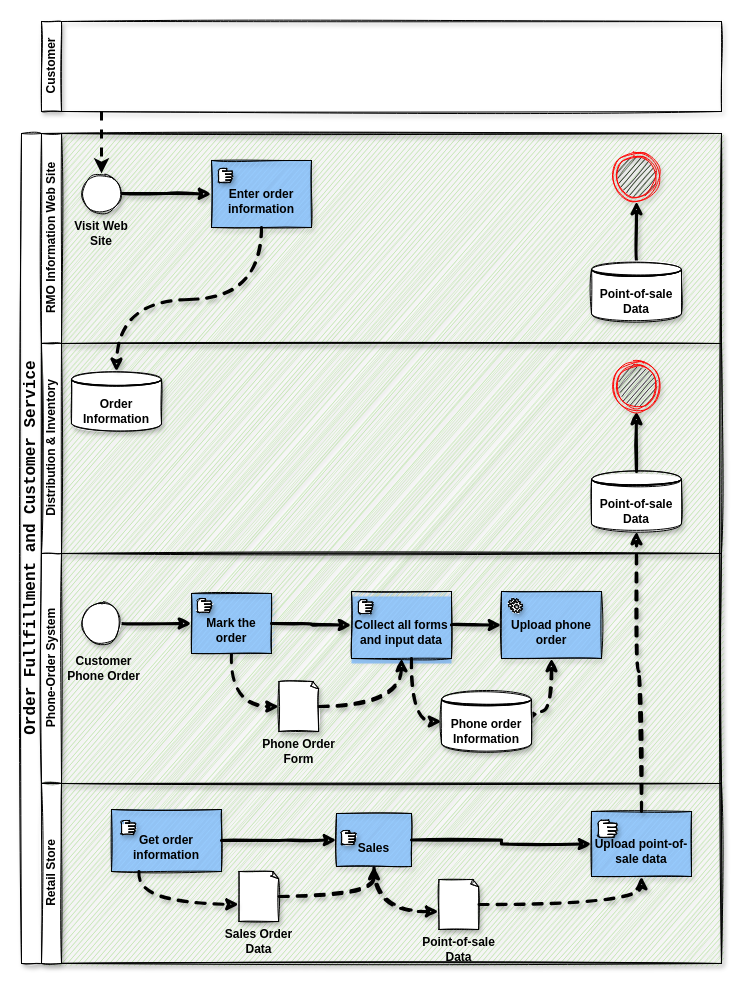
The draw.io diagram BPR_TO_BE_Swimlane_diagram.drawio in YuanchenZhu2020/DrawIO, before the edit. Source tidied: cells renumbered, new cells numbered last; positions are measured from the earlier drawing's top-left corner, leaving out a move shared by most shapes. Both pictures are drawn from the tidied source at 100%, with x=0, y=0 at pixel (21, 21).
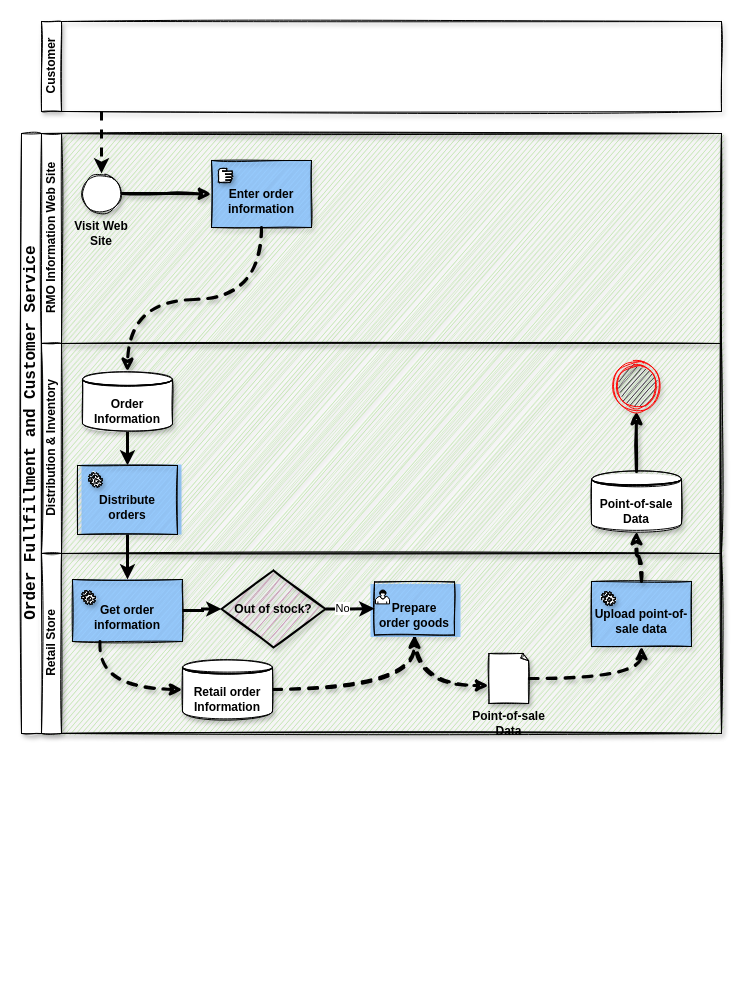
After the change.

Unchanged cells that the change refers to:
```xml
<mxCell id="3" value="RMO Information Web Site" style="swimlane;html=1;startSize=20;horizontal=0;shadow=1;sketch=1;" parent="2" vertex="1">
  <mxGeometry x="20" width="680" height="210" as="geometry" />
</mxCell>
<mxCell id="14" value="Distribution &amp;amp; Inventory" style="swimlane;html=1;startSize=20;horizontal=0;shadow=1;sketch=1;" parent="2" vertex="1">
  <mxGeometry x="20" y="210" width="680" height="210" as="geometry" />
</mxCell>
<mxCell id="49" value="&lt;b&gt;&lt;br&gt;Get order information&lt;/b&gt;" style="rounded=0;whiteSpace=wrap;html=1;shadow=1;glass=0;sketch=1;fillColor=#99CCFF;" parent="48" vertex="1">
  <mxGeometry width="110" height="62" as="geometry" />
</mxCell>
<mxCell id="59" style="whiteSpace=wrap;html=1;shape=mxgraph.basic.document;rounded=0;shadow=1;glass=0;sketch=1;" parent="58" vertex="1">
  <mxGeometry x="17.5" width="40" height="50" as="geometry" />
</mxCell>
```

Change to the diagram source:
```diff
@@
     <mxCell id="2" value="&lt;div style=&quot;font-family: &amp;#34;consolas&amp;#34; , &amp;#34;courier new&amp;#34; , monospace ; font-weight: normal ; line-height: 27px&quot;&gt;&lt;span style=&quot;font-weight: bold&quot;&gt;&lt;font style=&quot;font-size: 16px&quot;&gt;Order&amp;nbsp;Fullfillment&amp;nbsp;and&amp;nbsp;Customer&amp;nbsp;Service&lt;/font&gt;&lt;/span&gt;&lt;/div&gt;" style="swimlane;html=1;horizontal=0;startSize=20;shadow=1;sketch=1;swimlaneFillColor=#B9E0A5;rounded=0;glass=0;" parent="1" vertex="1">
-      <mxGeometry y="112" width="700" height="830" as="geometry" />
+      <mxGeometry y="112" width="700" height="600" as="geometry" />
     </mxCell>
@@
-    <mxCell id="8" style="edgeStyle=orthogonalEdgeStyle;sketch=1;jettySize=auto;html=1;shadow=1;strokeWidth=3;rounded=0;" parent="3" edge="1" source="9" target="13">
-      <mxGeometry relative="1" as="geometry" />
-    </mxCell>
-    <mxCell id="9" value="&lt;b&gt;Point-of-sale Data&lt;/b&gt;" style="shape=datastore;whiteSpace=wrap;html=1;rounded=0;shadow=1;glass=0;sketch=1;" parent="3" vertex="1">
-      <mxGeometry x="550" y="128" width="90" height="60" as="geometry" />
-    </mxCell>
@@
-    <mxCell id="13" style="ellipse;html=1;shape=endState;fillColor=#000000;strokeColor=#ff0000;rounded=0;shadow=1;glass=0;sketch=1;" parent="3" vertex="1">
-      <mxGeometry x="570.5" y="18" width="49" height="50" as="geometry" />
-    </mxCell>
@@
+    <mxCell id="74" style="edgeStyle=orthogonalEdgeStyle;rounded=0;jettySize=auto;html=1;entryX=0.5;entryY=0;entryDx=0;entryDy=0;strokeWidth=3;" parent="14" edge="1" source="18" target="78">
+      <mxGeometry relative="1" as="geometry" />
+    </mxCell>
     <mxCell id="18" value="&lt;b&gt;Order Information&lt;/b&gt;" style="shape=datastore;whiteSpace=wrap;html=1;rounded=0;shadow=1;glass=0;sketch=1;" parent="14" vertex="1">
-      <mxGeometry x="30" y="28" width="90" height="60" as="geometry" />
+      <mxGeometry x="41" y="28" width="90" height="60" as="geometry" />
     </mxCell>
-    <mxCell id="19" value="Phone-Order System" style="swimlane;html=1;startSize=20;horizontal=0;shadow=1;sketch=1;" parent="2" vertex="1">
-      <mxGeometry x="20" y="420" width="680" height="230" as="geometry" />
-    </mxCell>
-    <mxCell id="20" style="edgeStyle=orthogonalEdgeStyle;curved=1;sketch=1;jettySize=auto;html=1;entryX=0;entryY=0.5;entryDx=0;entryDy=0;entryPerimeter=0;shadow=1;dashed=1;strokeWidth=3;exitX=0.5;exitY=1;exitDx=0;exitDy=0;" parent="19" edge="1" source="30" target="26">
-      <mxGeometry relative="1" as="geometry" />
-    </mxCell>
-    <mxCell id="21" style="edgeStyle=orthogonalEdgeStyle;rounded=0;sketch=1;jettySize=auto;html=1;entryX=0;entryY=0.5;entryDx=0;entryDy=0;shadow=1;strokeWidth=3;" parent="19" edge="1" source="23" target="30">
-      <mxGeometry relative="1" as="geometry" />
-    </mxCell>
-    <mxCell id="22" style="group;" parent="19" vertex="1">
-      <mxGeometry x="25" y="50" width="75" height="75" as="geometry" />
-    </mxCell>
-    <mxCell id="23" style="ellipse;whiteSpace=wrap;html=1;shadow=1;sketch=1;" parent="22" vertex="1">
-      <mxGeometry x="15" width="40" height="40" as="geometry" />
-    </mxCell>
-    <mxCell id="24" value="&lt;b&gt;Customer Phone Order&lt;/b&gt;" style="text;html=1;strokeColor=none;fillColor=none;align=center;verticalAlign=middle;whiteSpace=wrap;rounded=0;shadow=1;glass=0;" parent="22" vertex="1">
-      <mxGeometry y="55" width="75" height="20" as="geometry" />
-    </mxCell>
-    <mxCell id="25" style="group;" parent="19" vertex="1">
-      <mxGeometry x="220" y="128" width="75" height="80" as="geometry" />
-    </mxCell>
-    <mxCell id="26" style="whiteSpace=wrap;html=1;shape=mxgraph.basic.document;rounded=0;shadow=1;glass=0;sketch=1;" parent="25" vertex="1">
-      <mxGeometry x="17.5" width="40" height="50" as="geometry" />
-    </mxCell>
-    <mxCell id="27" value="&lt;b&gt;Phone Order Form&lt;/b&gt;" style="text;html=1;strokeColor=none;fillColor=none;align=center;verticalAlign=middle;whiteSpace=wrap;rounded=0;shadow=1;glass=0;" parent="25" vertex="1">
-      <mxGeometry y="60" width="75" height="20" as="geometry" />
-    </mxCell>
-    <mxCell id="28" style="shape=mxgraph.bpmn.manual_task;html=1;rounded=0;shadow=1;glass=0;sketch=1;" parent="19" vertex="1">
-      <mxGeometry x="317" y="49" width="14" height="14" as="geometry" />
-    </mxCell>
-    <mxCell id="29" style="group;strokeColor=#6c8ebf;fillColor=#99CCFF;" parent="19" vertex="1">
-      <mxGeometry x="150" y="40" width="80" height="60" as="geometry" />
-    </mxCell>
-    <mxCell id="30" value="&lt;b&gt;&lt;br&gt;Mark the order&lt;/b&gt;" style="rounded=0;whiteSpace=wrap;html=1;fontFamily=Helvetica;fontSize=12;fontColor=#000000;align=center;shadow=1;sketch=1;fillStyle=auto;fillColor=#99CCFF;" parent="29" vertex="1">
-      <mxGeometry width="80" height="60" as="geometry" />
-    </mxCell>
-    <mxCell id="31" style="shape=mxgraph.bpmn.manual_task;html=1;rounded=0;shadow=1;glass=0;sketch=1;" parent="29" vertex="1">
-      <mxGeometry x="6" y="5" width="14" height="14" as="geometry" />
-    </mxCell>
-    <mxCell id="32" style="group;fillColor=#99CCFF;" parent="19" vertex="1">
-      <mxGeometry x="310" y="43" width="100" height="67" as="geometry" />
-    </mxCell>
-    <mxCell id="33" value="&lt;b&gt;&lt;br&gt;Collect all forms and input data&lt;/b&gt;" style="rounded=0;whiteSpace=wrap;html=1;shadow=1;glass=0;sketch=1;fillColor=#99CCFF;" parent="32" vertex="1">
-      <mxGeometry y="-5" width="100" height="67" as="geometry" />
-    </mxCell>
-    <mxCell id="34" style="shape=mxgraph.bpmn.manual_task;html=1;rounded=0;shadow=1;glass=0;sketch=1;" parent="32" vertex="1">
-      <mxGeometry x="7" y="3" width="14" height="14" as="geometry" />
-    </mxCell>
-    <mxCell id="35" style="edgeStyle=orthogonalEdgeStyle;curved=1;sketch=1;jettySize=auto;html=1;entryX=0.5;entryY=1;entryDx=0;entryDy=0;shadow=1;dashed=1;strokeWidth=3;" parent="19" edge="1" source="26" target="33">
-      <mxGeometry relative="1" as="geometry" />
-    </mxCell>
-    <mxCell id="36" style="edgeStyle=orthogonalEdgeStyle;curved=1;sketch=1;jettySize=auto;html=1;entryX=0;entryY=0.5;entryDx=0;entryDy=0;shadow=1;strokeWidth=3;" parent="19" edge="1" source="30" target="33">
-      <mxGeometry relative="1" as="geometry" />
-    </mxCell>
-    <mxCell id="37" style="group;" parent="19" vertex="1">
-      <mxGeometry x="460" y="43" width="100" height="67" as="geometry" />
-    </mxCell>
-    <mxCell id="38" style="group;fillColor=#99CCFF;" parent="37" vertex="1">
-      <mxGeometry y="-5" width="100" height="67" as="geometry" />
-    </mxCell>
-    <mxCell id="39" style="group;" parent="38" vertex="1">
-      <mxGeometry width="100" height="67" as="geometry" />
-    </mxCell>
-    <mxCell id="40" style="group;" parent="39" vertex="1">
-      <mxGeometry width="100" height="67" as="geometry" />
-    </mxCell>
-    <mxCell id="41" value="&lt;b&gt;&lt;br&gt;Upload phone order&lt;/b&gt;" style="rounded=0;whiteSpace=wrap;html=1;shadow=1;glass=0;sketch=1;fillColor=#99CCFF;" parent="40" vertex="1">
-      <mxGeometry width="100" height="67" as="geometry" />
-    </mxCell>
-    <mxCell id="42" style="shape=mxgraph.bpmn.service_task;html=1;rounded=0;shadow=1;glass=0;sketch=1;" parent="40" vertex="1">
-      <mxGeometry x="7" y="7" width="14" height="14" as="geometry" />
-    </mxCell>
-    <mxCell id="43" style="edgeStyle=orthogonalEdgeStyle;curved=1;sketch=1;jettySize=auto;html=1;entryX=0;entryY=0.5;entryDx=0;entryDy=0;shadow=1;strokeWidth=3;" parent="19" edge="1" source="33" target="41">
-      <mxGeometry relative="1" as="geometry" />
-    </mxCell>
-    <mxCell id="44" style="edgeStyle=orthogonalEdgeStyle;curved=1;sketch=1;jettySize=auto;html=1;entryX=0.5;entryY=1;entryDx=0;entryDy=0;shadow=1;dashed=1;strokeWidth=3;exitX=1;exitY=0.5;exitDx=0;exitDy=0;" parent="19" edge="1" source="45" target="41">
-      <mxGeometry relative="1" as="geometry">
-        <Array as="points">
-          <mxPoint x="490" y="158" />
-          <mxPoint x="510" y="158" />
-        </Array>
-      </mxGeometry>
-    </mxCell>
-    <mxCell id="45" value="&lt;b&gt;Phone order Information&lt;/b&gt;" style="shape=datastore;whiteSpace=wrap;html=1;rounded=0;shadow=1;glass=0;sketch=1;" parent="19" vertex="1">
-      <mxGeometry x="400" y="138" width="90" height="60" as="geometry" />
-    </mxCell>
-    <mxCell id="46" style="edgeStyle=orthogonalEdgeStyle;curved=1;sketch=1;jettySize=auto;html=1;entryX=0;entryY=0.5;entryDx=0;entryDy=0;shadow=1;strokeWidth=3;dashed=1;" parent="19" edge="1" source="33" target="45">
-      <mxGeometry relative="1" as="geometry">
-        <Array as="points">
-          <mxPoint x="370" y="168" />
-        </Array>
-      </mxGeometry>
-    </mxCell>
+    <mxCell id="75" style="group;fillColor=#99CCFF;" parent="14" vertex="1">
+      <mxGeometry x="40" y="121" width="100" height="70" as="geometry" />
+    </mxCell>
+    <mxCell id="76" style="group;" parent="75" vertex="1">
+      <mxGeometry width="100" height="70" as="geometry" />
+    </mxCell>
+    <mxCell id="77" style="group;" parent="76" vertex="1">
+      <mxGeometry x="-4" y="1" width="100" height="69" as="geometry" />
+    </mxCell>
+    <mxCell id="78" value="&lt;b&gt;&lt;br&gt;Distribute &lt;br&gt;orders&lt;/b&gt;" style="rounded=0;whiteSpace=wrap;html=1;shadow=1;glass=0;sketch=1;fillColor=#99CCFF;" parent="77" vertex="1">
+      <mxGeometry width="100" height="69" as="geometry" />
+    </mxCell>
+    <mxCell id="79" style="shape=mxgraph.bpmn.service_task;html=1;rounded=0;shadow=1;glass=0;sketch=1;" parent="77" vertex="1">
+      <mxGeometry x="11" y="7.2" width="14" height="14.4" as="geometry" />
+    </mxCell>
     <mxCell id="47" value="Retail Store" style="swimlane;html=1;startSize=20;horizontal=0;shadow=1;sketch=1;" parent="2" vertex="1">
-      <mxGeometry x="20" y="650" width="680" height="180" as="geometry" />
+      <mxGeometry x="20" y="420" width="680" height="180" as="geometry" />
     </mxCell>
     <mxCell id="48" style="group;fillColor=#99CCFF;" parent="47" vertex="1">
-      <mxGeometry x="70" y="26" width="110" height="62" as="geometry" />
+      <mxGeometry x="31" y="26" width="110" height="62" as="geometry" />
     </mxCell>
@@
-    <mxCell id="50" style="shape=mxgraph.bpmn.manual_task;html=1;rounded=0;shadow=1;glass=0;sketch=1;" parent="48" vertex="1">
-      <mxGeometry x="10" y="11" width="14" height="14" as="geometry" />
-    </mxCell>
-    <mxCell id="51" style="group;" parent="47" vertex="1">
-      <mxGeometry x="180" y="88" width="75" height="80" as="geometry" />
-    </mxCell>
-    <mxCell id="52" style="whiteSpace=wrap;html=1;shape=mxgraph.basic.document;rounded=0;shadow=1;glass=0;sketch=1;" parent="51" vertex="1">
-      <mxGeometry x="17.5" width="40" height="50" as="geometry" />
-    </mxCell>
-    <mxCell id="53" value="&lt;b&gt;Sales Order Data&lt;br&gt;&lt;/b&gt;" style="text;html=1;strokeColor=none;fillColor=none;align=center;verticalAlign=middle;whiteSpace=wrap;rounded=0;shadow=1;glass=0;" parent="51" vertex="1">
-      <mxGeometry y="60" width="75" height="20" as="geometry" />
-    </mxCell>
+    <mxCell id="80" style="shape=mxgraph.bpmn.service_task;html=1;rounded=0;shadow=1;glass=0;sketch=1;" parent="48" vertex="1">
+      <mxGeometry x="9" y="11" width="14" height="14" as="geometry" />
+    </mxCell>
-    <mxCell id="54" style="edgeStyle=orthogonalEdgeStyle;curved=1;sketch=1;jettySize=auto;html=1;entryX=-0.002;entryY=0.657;entryDx=0;entryDy=0;entryPerimeter=0;shadow=1;dashed=1;strokeWidth=3;exitX=0.25;exitY=1;exitDx=0;exitDy=0;" parent="47" edge="1" source="49" target="52">
+    <mxCell id="54" style="edgeStyle=orthogonalEdgeStyle;curved=1;sketch=1;jettySize=auto;html=1;entryX=0;entryY=0.5;entryDx=0;entryDy=0;shadow=1;dashed=1;strokeWidth=3;exitX=0.25;exitY=1;exitDx=0;exitDy=0;" parent="47" edge="1" source="49" target="85">
       <mxGeometry relative="1" as="geometry" />
     </mxCell>
@@
-    <mxCell id="56" style="edgeStyle=orthogonalEdgeStyle;curved=1;sketch=1;jettySize=auto;html=1;entryX=0.5;entryY=1;entryDx=0;entryDy=0;shadow=1;dashed=1;strokeWidth=3;" parent="47" edge="1" source="52" target="62">
+    <mxCell id="56" style="edgeStyle=orthogonalEdgeStyle;curved=1;sketch=1;jettySize=auto;html=1;entryX=0.5;entryY=1;entryDx=0;entryDy=0;shadow=1;dashed=1;strokeWidth=3;exitX=1;exitY=0.5;exitDx=0;exitDy=0;" parent="47" edge="1" source="85" target="62">
       <mxGeometry relative="1" as="geometry" />
     </mxCell>
-    <mxCell id="57" style="edgeStyle=orthogonalEdgeStyle;sketch=1;jettySize=auto;html=1;entryX=0;entryY=0.5;entryDx=0;entryDy=0;shadow=1;strokeWidth=3;rounded=0;" parent="47" edge="1" source="49" target="62">
-      <mxGeometry relative="1" as="geometry" />
-    </mxCell>
+    <mxCell id="61" style="group;fillColor=#99CCFF;" parent="47" vertex="1">
+      <mxGeometry x="329" y="30.5" width="90" height="53" as="geometry" />
+    </mxCell>
+    <mxCell id="81" style="group;" parent="61" vertex="1">
+      <mxGeometry width="90" height="53" as="geometry" />
+    </mxCell>
+    <mxCell id="62" value="&lt;b&gt;&lt;br&gt;Prepare order goods&lt;br&gt;&lt;/b&gt;" style="rounded=0;whiteSpace=wrap;html=1;shadow=1;glass=0;sketch=1;fillColor=#99CCFF;" parent="81" vertex="1">
+      <mxGeometry x="4" y="-2" width="80" height="53" as="geometry" />
+    </mxCell>
+    <mxCell id="82" style="shape=mxgraph.bpmn.user_task;html=1;" parent="81" vertex="1">
+      <mxGeometry x="5" y="5.9" width="14" height="14" as="geometry" />
+    </mxCell>
+    <mxCell id="64" style="group;" parent="47" vertex="1">
+      <mxGeometry x="550" y="35" width="100" height="65" as="geometry" />
+    </mxCell>
+    <mxCell id="65" style="group;fillColor=#99CCFF;" parent="64" vertex="1">
+      <mxGeometry y="-7" width="100" height="65" as="geometry" />
+    </mxCell>
+    <mxCell id="83" style="group;" parent="65" vertex="1">
+      <mxGeometry width="100" height="65" as="geometry" />
+    </mxCell>
+    <mxCell id="66" value="&lt;b&gt;&lt;br&gt;Upload point-of-sale data&lt;/b&gt;" style="rounded=0;whiteSpace=wrap;html=1;shadow=1;glass=0;sketch=1;fillColor=#99CCFF;" parent="83" vertex="1">
+      <mxGeometry width="100" height="65" as="geometry" />
+    </mxCell>
+    <mxCell id="84" style="shape=mxgraph.bpmn.service_task;html=1;rounded=0;shadow=1;glass=0;sketch=1;" parent="83" vertex="1">
+      <mxGeometry x="10" y="10" width="14" height="14" as="geometry" />
+    </mxCell>
+    <mxCell id="68" style="edgeStyle=orthogonalEdgeStyle;sketch=1;jettySize=auto;html=1;entryX=0.5;entryY=1;entryDx=0;entryDy=0;shadow=1;strokeWidth=3;curved=1;dashed=1;" parent="47" edge="1" source="59" target="66">
+      <mxGeometry relative="1" as="geometry" />
+    </mxCell>
+    <mxCell id="85" value="&lt;b&gt;Retail order Information&lt;/b&gt;" style="shape=datastore;whiteSpace=wrap;html=1;rounded=0;shadow=1;glass=0;sketch=1;" parent="47" vertex="1">
+      <mxGeometry x="141" y="106" width="90" height="60" as="geometry" />
+    </mxCell>
+    <mxCell id="86" style="edgeStyle=orthogonalEdgeStyle;rounded=0;jettySize=auto;html=1;entryX=0;entryY=0.5;entryDx=0;entryDy=0;strokeWidth=3;" parent="47" edge="1" source="88" target="62">
+      <mxGeometry relative="1" as="geometry" />
+    </mxCell>
+    <mxCell id="87" value="No" style="edgeLabel;html=1;align=center;verticalAlign=middle;" parent="86" vertex="1">
+      <mxGeometry x="-0.35" y="2" relative="1" as="geometry">
+        <mxPoint y="1" as="offset" />
+      </mxGeometry>
+    </mxCell>
+    <mxCell id="88" value="&lt;b&gt;Out of stock?&lt;/b&gt;" style="strokeWidth=2;html=1;shape=mxgraph.flowchart.decision;whiteSpace=wrap;shadow=1;sketch=1;fillColor=#CDA2BE;" parent="47" vertex="1">
+      <mxGeometry x="180" y="17" width="104" height="77" as="geometry" />
+    </mxCell>
+    <mxCell id="89" style="edgeStyle=orthogonalEdgeStyle;rounded=0;jettySize=auto;html=1;entryX=0;entryY=0.5;entryDx=0;entryDy=0;entryPerimeter=0;strokeWidth=3;" parent="47" edge="1" source="49" target="88">
+      <mxGeometry relative="1" as="geometry" />
+    </mxCell>
     <mxCell id="58" style="group;" parent="47" vertex="1">
-      <mxGeometry x="380" y="96" width="75" height="80" as="geometry" />
+      <mxGeometry x="430" y="100" width="75" height="80" as="geometry" />
     </mxCell>
@@
-    <mxCell id="61" style="group;fillColor=#99CCFF;" parent="47" vertex="1">
-      <mxGeometry x="295" y="30" width="75" height="53" as="geometry" />
-    </mxCell>
-    <mxCell id="62" value="&lt;b&gt;&lt;br&gt;Sales&lt;/b&gt;" style="rounded=0;whiteSpace=wrap;html=1;shadow=1;glass=0;sketch=1;fillColor=#99CCFF;" parent="61" vertex="1">
-      <mxGeometry width="75" height="53" as="geometry" />
-    </mxCell>
-    <mxCell id="63" style="shape=mxgraph.bpmn.manual_task;html=1;rounded=0;shadow=1;glass=0;sketch=1;" parent="61" vertex="1">
-      <mxGeometry x="5" y="17" width="14" height="14" as="geometry" />
-    </mxCell>
-    <mxCell id="64" style="group;" parent="47" vertex="1">
-      <mxGeometry x="550" y="35" width="100" height="65" as="geometry" />
-    </mxCell>
-    <mxCell id="65" style="group;fillColor=#99CCFF;" parent="64" vertex="1">
-      <mxGeometry y="-7" width="100" height="65" as="geometry" />
-    </mxCell>
-    <mxCell id="66" value="&lt;b&gt;&lt;br&gt;Upload point-of-sale data&lt;/b&gt;" style="rounded=0;whiteSpace=wrap;html=1;shadow=1;glass=0;sketch=1;fillColor=#99CCFF;" parent="65" vertex="1">
-      <mxGeometry width="100" height="65" as="geometry" />
-    </mxCell>
-    <mxCell id="67" style="shape=mxgraph.bpmn.manual_task;html=1;rounded=0;shadow=1;glass=0;sketch=1;" parent="65" vertex="1">
-      <mxGeometry x="6.7" y="8.7" width="18.7" height="17.2" as="geometry" />
-    </mxCell>
-    <mxCell id="68" style="edgeStyle=orthogonalEdgeStyle;sketch=1;jettySize=auto;html=1;entryX=0.5;entryY=1;entryDx=0;entryDy=0;shadow=1;strokeWidth=3;curved=1;dashed=1;" parent="47" edge="1" source="59" target="66">
-      <mxGeometry relative="1" as="geometry" />
-    </mxCell>
-    <mxCell id="69" style="edgeStyle=orthogonalEdgeStyle;sketch=1;jettySize=auto;html=1;shadow=1;strokeWidth=3;rounded=0;" parent="47" edge="1" source="62" target="66">
-      <mxGeometry relative="1" as="geometry" />
-    </mxCell>
@@
+    <mxCell id="90" style="edgeStyle=orthogonalEdgeStyle;rounded=0;jettySize=auto;html=1;entryX=0.5;entryY=0;entryDx=0;entryDy=0;strokeWidth=3;" parent="2" edge="1" source="78" target="49">
+      <mxGeometry relative="1" as="geometry" />
+    </mxCell>
```
